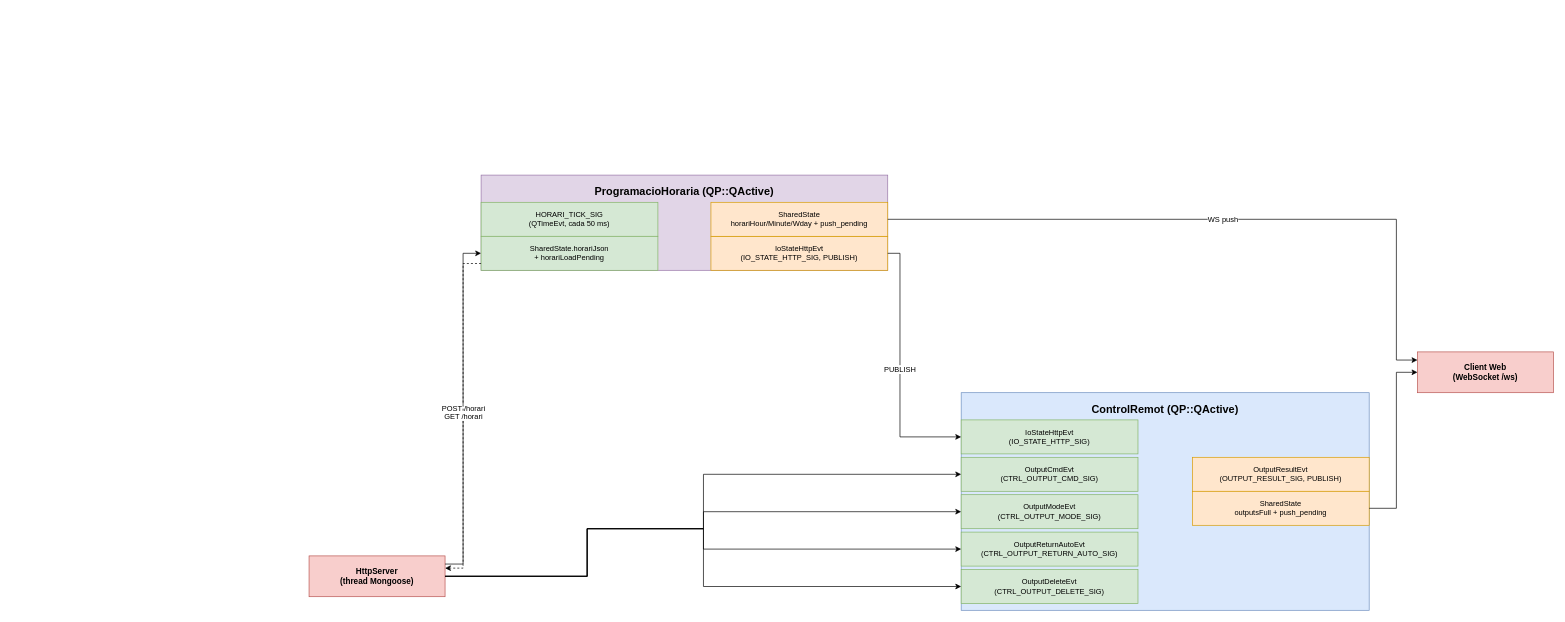
Before: docs/ControlRemot.drawio in peperono/ControlSortides, a draw.io diagram. Source tidied: cells renumbered, new cells numbered last; positions are measured from the earlier drawing's top-left corner, leaving out a move shared by most shapes. Both pictures are drawn from the tidied source at 68%, with x=0, y=0 at pixel (309, 175).
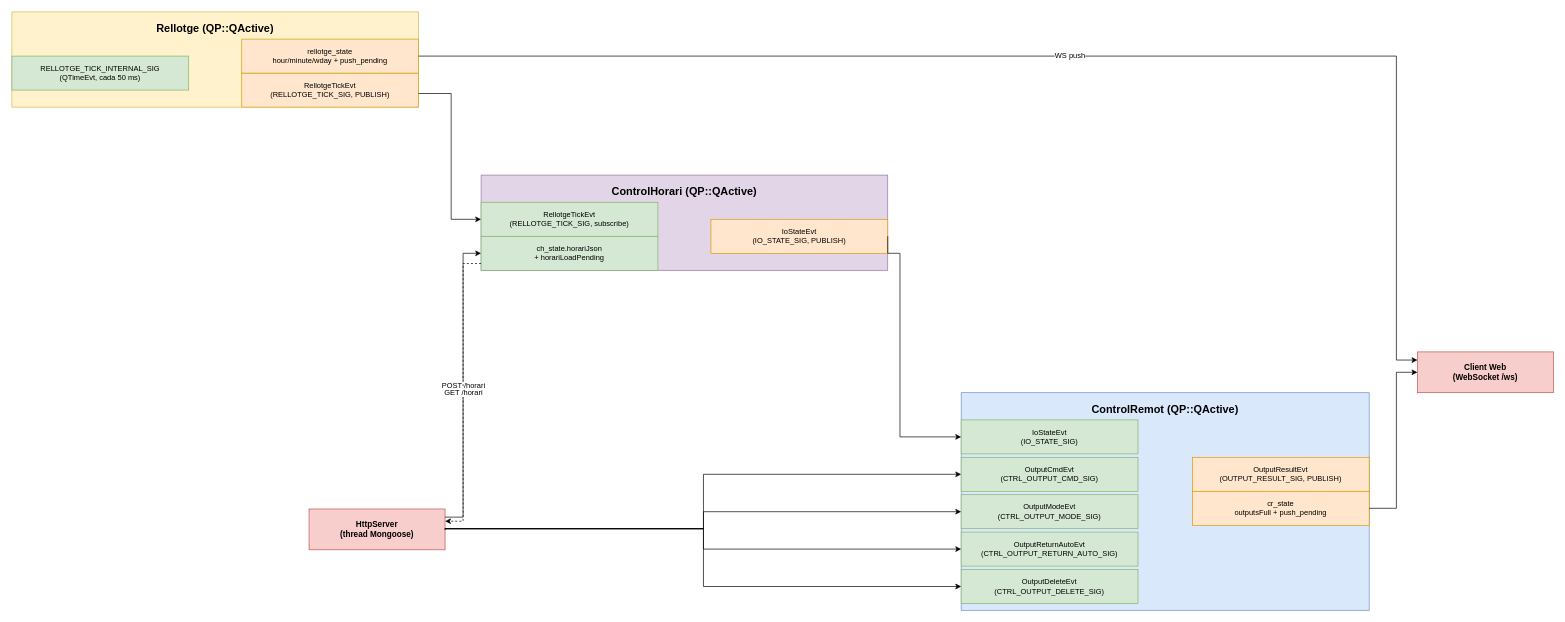
The same diagram, later.

Unchanged cells that the change refers to:
```xml
<mxCell id="3" value="Client Web&#10;(WebSocket /ws)" style="rounded=0;whiteSpace=wrap;html=1;fillColor=#f8cecc;strokeColor=#b85450;fontSize=12;fontStyle=1;" parent="1" vertex="1">
  <mxGeometry x="1630" y="260" width="200" height="60" as="geometry" />
</mxCell>
<mxCell id="11" value="OutputCmdEvt&#10;(CTRL_OUTPUT_CMD_SIG)" style="rounded=0;whiteSpace=wrap;html=1;fillColor=#d5e8d4;strokeColor=#82b366;fontSize=11;" parent="1" vertex="1">
  <mxGeometry x="959" y="415" width="260" height="50" as="geometry" />
</mxCell>
<mxCell id="12" value="OutputModeEvt&#10;(CTRL_OUTPUT_MODE_SIG)" style="rounded=0;whiteSpace=wrap;html=1;fillColor=#d5e8d4;strokeColor=#82b366;fontSize=11;" parent="1" vertex="1">
  <mxGeometry x="959" y="470" width="260" height="50" as="geometry" />
</mxCell>
<mxCell id="13" value="OutputReturnAutoEvt&#10;(CTRL_OUTPUT_RETURN_AUTO_SIG)" style="rounded=0;whiteSpace=wrap;html=1;fillColor=#d5e8d4;strokeColor=#82b366;fontSize=11;" parent="1" vertex="1">
  <mxGeometry x="959" y="525" width="260" height="50" as="geometry" />
</mxCell>
<mxCell id="14" value="OutputDeleteEvt&#10;(CTRL_OUTPUT_DELETE_SIG)" style="rounded=0;whiteSpace=wrap;html=1;fillColor=#d5e8d4;strokeColor=#82b366;fontSize=11;" parent="1" vertex="1">
  <mxGeometry x="959" y="580" width="260" height="50" as="geometry" />
</mxCell>
```

Diff of the diagram source:
```diff
@@
     <mxCell id="2" value="HttpServer&#10;(thread Mongoose)" style="rounded=0;whiteSpace=wrap;html=1;fillColor=#f8cecc;strokeColor=#b85450;fontSize=12;fontStyle=1;" parent="1" vertex="1">
-      <mxGeometry y="560" width="200" height="60" as="geometry" />
+      <mxGeometry y="491" width="200" height="60" as="geometry" />
     </mxCell>
@@
-    <mxCell id="4" value="ProgramacioHoraria (QP::QActive)" style="rounded=0;whiteSpace=wrap;html=1;fillColor=#e1d5e7;strokeColor=#9673a6;fontSize=16;fontStyle=1;verticalAlign=top;spacingTop=8;" parent="1" vertex="1">
+    <mxCell id="4" value="ControlHorari (QP::QActive)" style="rounded=0;whiteSpace=wrap;html=1;fillColor=#e1d5e7;strokeColor=#9673a6;fontSize=16;fontStyle=1;verticalAlign=top;spacingTop=8;" parent="1" vertex="1">
       <mxGeometry x="253" width="598" height="140" as="geometry" />
     </mxCell>
-    <mxCell id="5" value="HORARI_TICK_SIG&#10;(QTimeEvt, cada 50 ms)" style="rounded=0;whiteSpace=wrap;html=1;fillColor=#d5e8d4;strokeColor=#82b366;fontSize=11;" parent="1" vertex="1">
+    <mxCell id="5" value="RellotgeTickEvt&#10;(RELLOTGE_TICK_SIG, subscribe)" style="rounded=0;whiteSpace=wrap;html=1;fillColor=#d5e8d4;strokeColor=#82b366;fontSize=11;" parent="1" vertex="1">
       <mxGeometry x="253" y="40" width="260" height="50" as="geometry" />
     </mxCell>
-    <mxCell id="6" value="SharedState.horariJson&#10;+ horariLoadPending" style="rounded=0;whiteSpace=wrap;html=1;fillColor=#d5e8d4;strokeColor=#82b366;fontSize=11;" parent="1" vertex="1">
+    <mxCell id="6" value="ch_state.horariJson&#10;+ horariLoadPending" style="rounded=0;whiteSpace=wrap;html=1;fillColor=#d5e8d4;strokeColor=#82b366;fontSize=11;" parent="1" vertex="1">
       <mxGeometry x="253" y="90" width="260" height="50" as="geometry" />
     </mxCell>
-    <mxCell id="7" value="IoStateHttpEvt&#10;(IO_STATE_HTTP_SIG, PUBLISH)" style="rounded=0;whiteSpace=wrap;html=1;fillColor=#ffe6cc;strokeColor=#d79b00;fontSize=11;" parent="1" vertex="1">
-      <mxGeometry x="591" y="90" width="260" height="50" as="geometry" />
+    <mxCell id="7" value="IoStateEvt&#10;(IO_STATE_SIG, PUBLISH)" style="rounded=0;whiteSpace=wrap;html=1;fillColor=#ffe6cc;strokeColor=#d79b00;fontSize=11;" parent="1" vertex="1">
+      <mxGeometry x="591" y="65" width="260" height="50" as="geometry" />
     </mxCell>
-    <mxCell id="8" value="SharedState&#10;horariHour/Minute/Wday + push_pending" style="rounded=0;whiteSpace=wrap;html=1;fillColor=#ffe6cc;strokeColor=#d79b00;fontSize=11;" parent="1" vertex="1">
-      <mxGeometry x="591" y="40" width="260" height="50" as="geometry" />
-    </mxCell>
+    <mxCell id="26" value="Rellotge (QP::QActive)" style="rounded=0;whiteSpace=wrap;html=1;fillColor=#fff2cc;strokeColor=#d6b656;fontSize=16;fontStyle=1;verticalAlign=top;spacingTop=8;" parent="1" vertex="1">
+      <mxGeometry x="-437" y="-240" width="598" height="140" as="geometry" />
+    </mxCell>
+    <mxCell id="27" value="RELLOTGE_TICK_INTERNAL_SIG&#10;(QTimeEvt, cada 50 ms)" style="rounded=0;whiteSpace=wrap;html=1;fillColor=#d5e8d4;strokeColor=#82b366;fontSize=11;" parent="1" vertex="1">
+      <mxGeometry x="-437" y="-175" width="260" height="50" as="geometry" />
+    </mxCell>
+    <mxCell id="28" value="RellotgeTickEvt&#10;(RELLOTGE_TICK_SIG, PUBLISH)" style="rounded=0;whiteSpace=wrap;html=1;fillColor=#ffe6cc;strokeColor=#d79b00;fontSize=11;" parent="1" vertex="1">
+      <mxGeometry x="-99" y="-150" width="260" height="50" as="geometry" />
+    </mxCell>
+    <mxCell id="29" value="rellotge_state&#10;hour/minute/wday + push_pending" style="rounded=0;whiteSpace=wrap;html=1;fillColor=#ffe6cc;strokeColor=#d79b00;fontSize=11;" parent="1" vertex="1">
+      <mxGeometry x="-99" y="-200" width="260" height="50" as="geometry" />
+    </mxCell>
@@
-    <mxCell id="10" value="IoStateHttpEvt&#10;(IO_STATE_HTTP_SIG)" style="rounded=0;whiteSpace=wrap;html=1;fillColor=#d5e8d4;strokeColor=#82b366;fontSize=11;" parent="1" vertex="1">
+    <mxCell id="10" value="IoStateEvt&#10;(IO_STATE_SIG)" style="rounded=0;whiteSpace=wrap;html=1;fillColor=#d5e8d4;strokeColor=#82b366;fontSize=11;" parent="1" vertex="1">
       <mxGeometry x="959" y="360" width="260" height="50" as="geometry" />
     </mxCell>
@@
-    <mxCell id="16" value="SharedState&#10;outputsFull + push_pending" style="rounded=0;whiteSpace=wrap;html=1;fillColor=#ffe6cc;strokeColor=#d79b00;fontSize=11;" parent="1" vertex="1">
+    <mxCell id="16" value="cr_state&#10;outputsFull + push_pending" style="rounded=0;whiteSpace=wrap;html=1;fillColor=#ffe6cc;strokeColor=#d79b00;fontSize=11;" parent="1" vertex="1">
       <mxGeometry x="1299" y="465" width="260" height="50" as="geometry" />
     </mxCell>
     <mxCell id="17" style="edgeStyle=orthogonalEdgeStyle;rounded=0;html=1;exitX=1;exitY=0.5;entryX=0;entryY=0.5;" parent="1" edge="1" source="2" target="11">
       <mxGeometry relative="1" as="geometry">
         <Array as="points">
-          <mxPoint x="409" y="590" />
-          <mxPoint x="409" y="520" />
+          <mxPoint x="200" y="520" />
           <mxPoint x="580" y="520" />
           <mxPoint x="580" y="440" />
         </Array>
       </mxGeometry>
     </mxCell>
     <mxCell id="18" style="edgeStyle=orthogonalEdgeStyle;rounded=0;html=1;exitX=1;exitY=0.5;entryX=0;entryY=0.5;" parent="1" edge="1" source="2" target="12">
       <mxGeometry relative="1" as="geometry">
         <Array as="points">
-          <mxPoint x="409" y="590" />
-          <mxPoint x="409" y="520" />
+          <mxPoint x="200" y="520" />
           <mxPoint x="580" y="520" />
           <mxPoint x="580" y="495" />
         </Array>
       </mxGeometry>
     </mxCell>
     <mxCell id="19" style="edgeStyle=orthogonalEdgeStyle;rounded=0;html=1;exitX=1;exitY=0.5;entryX=0;entryY=0.5;" parent="1" edge="1" source="2" target="13">
       <mxGeometry relative="1" as="geometry">
         <Array as="points">
-          <mxPoint x="409" y="590" />
-          <mxPoint x="409" y="520" />
+          <mxPoint x="200" y="520" />
           <mxPoint x="580" y="520" />
           <mxPoint x="580" y="550" />
         </Array>
       </mxGeometry>
     </mxCell>
     <mxCell id="20" style="edgeStyle=orthogonalEdgeStyle;rounded=0;html=1;exitX=1;exitY=0.5;entryX=0;entryY=0.5;" parent="1" edge="1" source="2" target="14">
       <mxGeometry relative="1" as="geometry">
         <Array as="points">
-          <mxPoint x="409" y="590" />
-          <mxPoint x="409" y="520" />
+          <mxPoint x="200" y="520" />
           <mxPoint x="580" y="520" />
           <mxPoint x="580" y="605" />
         </Array>
       </mxGeometry>
     </mxCell>
@@
-    <mxCell id="24" value="PUBLISH" style="edgeStyle=orthogonalEdgeStyle;rounded=0;html=1;exitX=1;exitY=0.5;entryX=0;entryY=0.5;entryDx=0;entryDy=0;" parent="1" edge="1" source="7" target="10">
+    <mxCell id="24" style="edgeStyle=orthogonalEdgeStyle;rounded=0;html=1;exitX=1;exitY=0.5;entryX=0;entryY=0.5;entryDx=0;entryDy=0;" parent="1" edge="1" source="7" target="10">
       <mxGeometry relative="1" as="geometry">
         <Array as="points">
           <mxPoint x="869" y="115" />
           <mxPoint x="869" y="385" />
         </Array>
       </mxGeometry>
     </mxCell>
+    <mxCell id="30" style="edgeStyle=orthogonalEdgeStyle;rounded=0;html=1;entryX=0;entryY=0.5;entryDx=0;entryDy=0;" parent="1" edge="1" source="28" target="5">
+      <mxGeometry relative="1" as="geometry">
+        <Array as="points">
+          <mxPoint x="209" y="-120" />
+          <mxPoint x="209" y="65" />
+        </Array>
+      </mxGeometry>
+    </mxCell>
-    <mxCell id="25" value="WS push" style="edgeStyle=orthogonalEdgeStyle;rounded=0;html=1;exitX=1;exitY=0.5;entryX=0;entryY=0.2;" parent="1" edge="1" source="8" target="3">
+    <mxCell id="25" value="WS push" style="edgeStyle=orthogonalEdgeStyle;rounded=0;html=1;exitX=1;exitY=0.5;entryX=0;entryY=0.2;" parent="1" edge="1" source="29" target="3">
       <mxGeometry relative="1" as="geometry">
         <Array as="points">
-          <mxPoint x="1599" y="65" />
+          <mxPoint x="1599" y="-175" />
           <mxPoint x="1599" y="272" />
         </Array>
       </mxGeometry>
     </mxCell>
```
